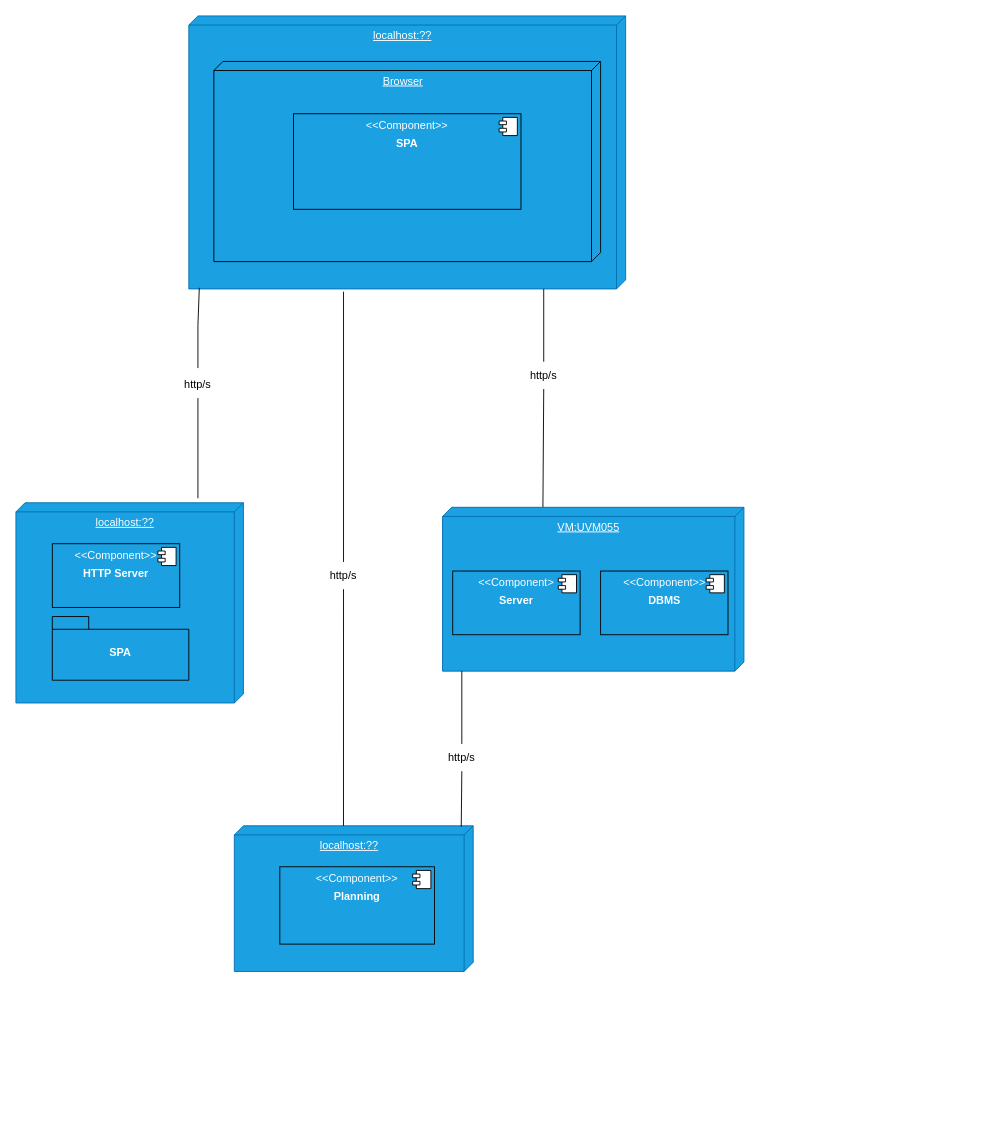
Above: docs/L2/Physical_View.drawio in Rodrick0209/ISEP-SEM5PI-24-25 (draw.io), before the change. Source tidied: cells renumbered, new cells numbered last; positions are measured from the earlier drawing's top-left corner, leaving out a move shared by most shapes. Both pictures are drawn from the tidied source at 91%, with x=0, y=0 at pixel (15, 15).
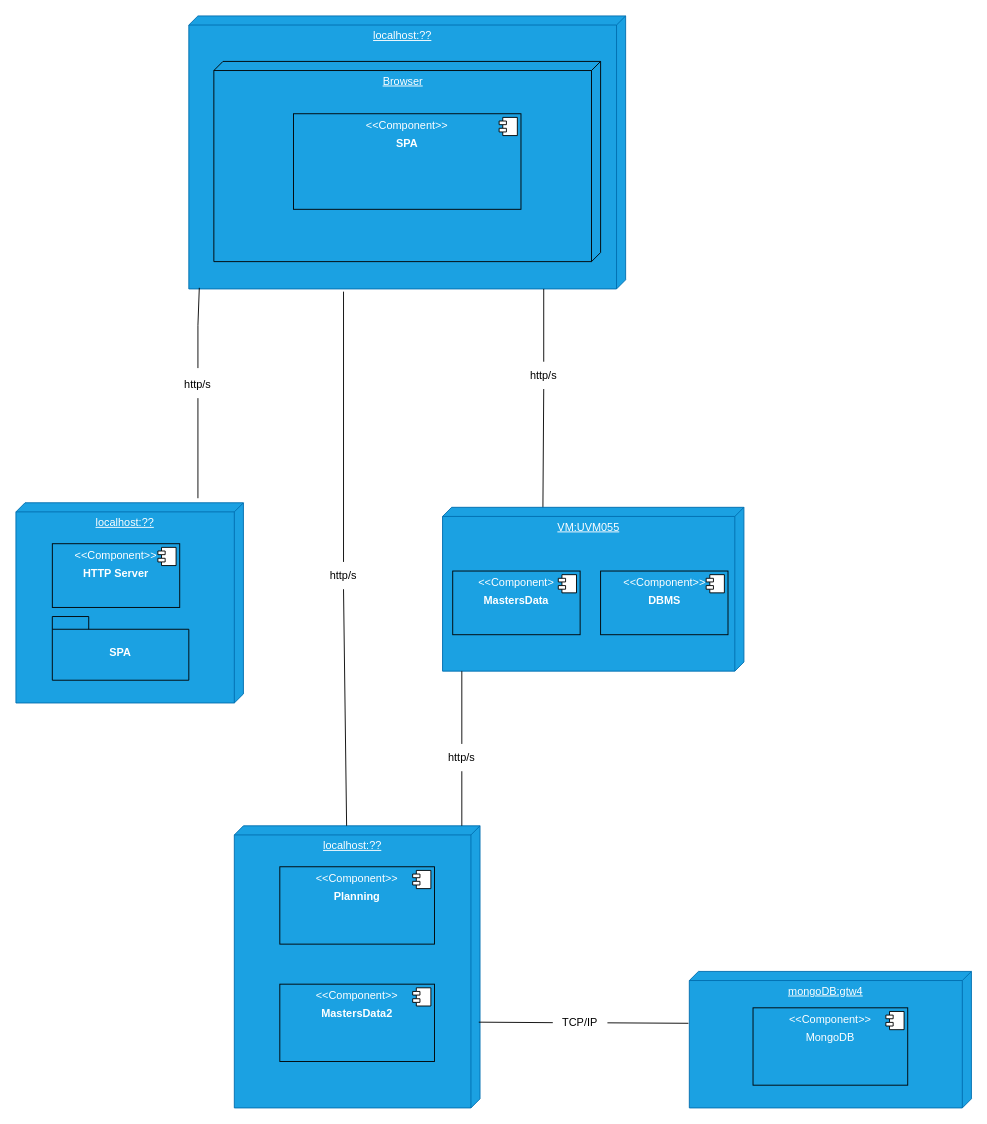
The same diagram, later.

Commit message (it also covers changes not shown here):
Updated Level 1 and 2 View Diagrams with the adding of the new Web API #25

The change refers to these unchanged cells:
```xml
<mxCell id="28" value="http/s" style="text;html=1;align=center;verticalAlign=middle;whiteSpace=wrap;rounded=0;" parent="1" vertex="1">
  <mxGeometry x="460" y="800" width="60" height="30" as="geometry" />
</mxCell>
```

Change to the diagram source:
```diff
@@
     <mxCell id="3" value="localhost:??" style="verticalAlign=top;align=center;spacingTop=8;spacingLeft=2;spacingRight=12;shape=cube;size=10;direction=south;fontStyle=4;html=1;whiteSpace=wrap;fillColor=#1ba1e2;fontColor=#ffffff;strokeColor=#006EAF;" parent="1" vertex="1">
-      <mxGeometry x="240" y="890" width="262.5" height="160" as="geometry" />
+      <mxGeometry x="240" y="890" width="270" height="310" as="geometry" />
     </mxCell>
@@
-    <mxCell id="17" value="&lt;p style=&quot;margin:0px;margin-top:6px;text-align:center;&quot;&gt;&amp;lt;&amp;lt;Component&amp;gt;&lt;/p&gt;&lt;p style=&quot;margin:0px;margin-top:6px;text-align:center;&quot;&gt;&lt;b&gt;Server&lt;/b&gt;&lt;/p&gt;" style="align=left;overflow=fill;html=1;whiteSpace=wrap;fillColor=#1ba1e2;fontColor=#ffffff;strokeColor=default;" parent="1" vertex="1">
+    <mxCell id="17" value="&lt;p style=&quot;margin:0px;margin-top:6px;text-align:center;&quot;&gt;&amp;lt;&amp;lt;Component&amp;gt;&lt;/p&gt;&lt;p style=&quot;margin:0px;margin-top:6px;text-align:center;&quot;&gt;&lt;b&gt;MastersData&lt;/b&gt;&lt;/p&gt;" style="align=left;overflow=fill;html=1;whiteSpace=wrap;fillColor=#1ba1e2;fontColor=#ffffff;strokeColor=default;" parent="1" vertex="1">
       <mxGeometry x="480" y="610" width="140" height="70" as="geometry" />
     </mxCell>
@@
-    <mxCell id="29" style="endArrow=none;html=1;rounded=0;entryX=0.006;entryY=0.05;entryDx=0;entryDy=0;entryPerimeter=0;exitX=0.5;exitY=1;exitDx=0;exitDy=0;" parent="1" edge="1" source="28" target="3">
-      <mxGeometry relative="1" as="geometry" />
+    <mxCell id="29" style="endArrow=none;html=1;rounded=0;exitX=0.5;exitY=1;exitDx=0;exitDy=0;" parent="1" edge="1" source="28">
+      <mxGeometry relative="1" as="geometry">
+        <mxPoint x="490" y="890" as="targetPoint" />
+      </mxGeometry>
     </mxCell>
+    <mxCell id="30" value="&lt;p style=&quot;margin:0px;margin-top:6px;text-align:center;&quot;&gt;&amp;lt;&amp;lt;Component&amp;gt;&amp;gt;&lt;/p&gt;&lt;p style=&quot;margin:0px;margin-top:6px;text-align:center;&quot;&gt;&lt;b&gt;MastersData2&lt;/b&gt;&lt;/p&gt;" style="align=left;overflow=fill;html=1;whiteSpace=wrap;fillColor=#1ba1e2;fontColor=#ffffff;strokeColor=default;" parent="1" vertex="1">
+      <mxGeometry x="290" y="1064" width="170" height="85" as="geometry" />
+    </mxCell>
+    <mxCell id="31" style="shape=component;jettyWidth=8;jettyHeight=4;" parent="30" vertex="1">
+      <mxGeometry x="1" width="20" height="20" relative="1" as="geometry">
+        <mxPoint x="-24" y="4" as="offset" />
+      </mxGeometry>
+    </mxCell>
+    <mxCell id="32" value="mongoDB:gtw4" style="verticalAlign=top;align=center;spacingTop=8;spacingLeft=2;spacingRight=12;shape=cube;size=10;direction=south;fontStyle=4;html=1;whiteSpace=wrap;fillColor=#1ba1e2;fontColor=#ffffff;strokeColor=#006EAF;" parent="1" vertex="1">
+      <mxGeometry x="740" y="1050" width="310" height="150" as="geometry" />
+    </mxCell>
+    <mxCell id="33" value="&lt;p style=&quot;margin:0px;margin-top:6px;text-align:center;&quot;&gt;&amp;lt;&amp;lt;Component&amp;gt;&amp;gt;&lt;/p&gt;&lt;p style=&quot;margin:0px;margin-top:6px;text-align:center;&quot;&gt;MongoDB&lt;/p&gt;" style="align=left;overflow=fill;html=1;whiteSpace=wrap;fillColor=#1ba1e2;fontColor=#ffffff;strokeColor=default;" parent="1" vertex="1">
+      <mxGeometry x="810" y="1090" width="170" height="85" as="geometry" />
+    </mxCell>
+    <mxCell id="34" style="shape=component;jettyWidth=8;jettyHeight=4;" parent="33" vertex="1">
+      <mxGeometry x="1" width="20" height="20" relative="1" as="geometry">
+        <mxPoint x="-24" y="4" as="offset" />
+      </mxGeometry>
+    </mxCell>
+    <mxCell id="35" style="endArrow=none;html=1;rounded=0;entryX=0.696;entryY=0.005;entryDx=0;entryDy=0;entryPerimeter=0;" parent="1" edge="1" source="36" target="3">
+      <mxGeometry relative="1" as="geometry" />
+    </mxCell>
+    <mxCell id="36" value="TCP/IP" style="text;html=1;align=center;verticalAlign=middle;whiteSpace=wrap;rounded=0;" parent="1" vertex="1">
+      <mxGeometry x="590" y="1091.5" width="60" height="30" as="geometry" />
+    </mxCell>
+    <mxCell id="37" style="endArrow=none;html=1;rounded=0;entryX=1;entryY=0.5;entryDx=0;entryDy=0;" parent="1" edge="1" target="36">
+      <mxGeometry relative="1" as="geometry">
+        <mxPoint x="739" y="1107" as="sourcePoint" />
+      </mxGeometry>
+    </mxCell>
```
